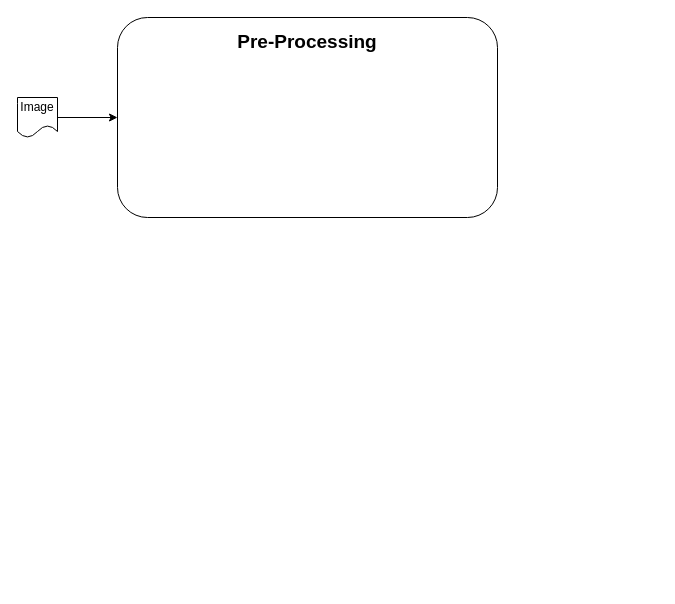
Earlier version of the draw.io diagram Block Diagram Image Detection.drawio (CorpDK/Drawing). Source tidied: cells renumbered, new cells numbered last; positions are measured from the earlier drawing's top-left corner, leaving out a move shared by most shapes. Both pictures are drawn from the tidied source at 100%, with x=0, y=0 at pixel (17, 17).
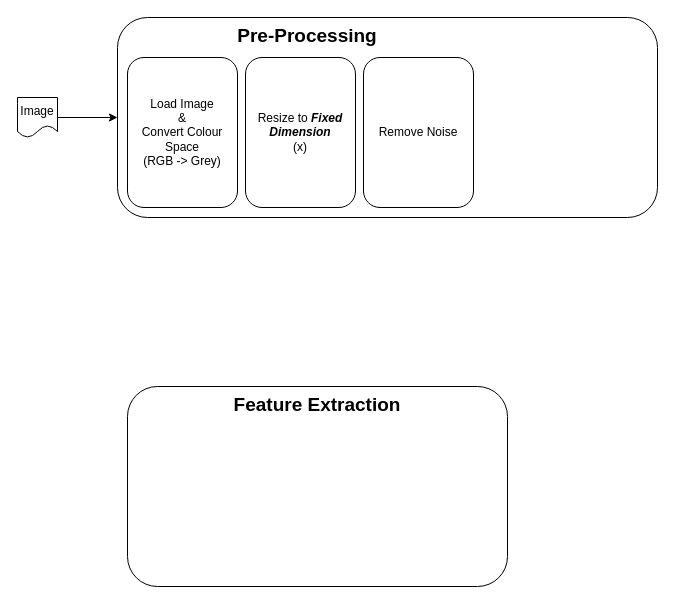
After the change.

Diff of the diagram source:
```diff
@@
 <mxGraphModel>
   <root>
     <mxCell id="0" />
     <mxCell id="1" parent="0" />
     <mxCell id="2" style="rounded=1;whiteSpace=wrap;html=1;" parent="1" vertex="1">
-      <mxGeometry x="100" width="380" height="200" as="geometry" />
+      <mxGeometry x="100" width="540" height="200" as="geometry" />
     </mxCell>
     <mxCell id="3" style="edgeStyle=orthogonalEdgeStyle;rounded=0;jettySize=auto;html=1;" parent="1" edge="1" source="4" target="2">
       <mxGeometry relative="1" as="geometry" />
     </mxCell>
-    <mxCell id="4" style="shape=document;whiteSpace=wrap;html=1;boundedLbl=1;" parent="1" vertex="1">
+    <mxCell id="4" value="Image" style="shape=document;whiteSpace=wrap;html=1;boundedLbl=1;" parent="1" vertex="1">
       <mxGeometry y="80" width="40" height="40" as="geometry" />
     </mxCell>
-    <mxCell id="5" value="Image" style="text;html=1;strokeColor=none;fillColor=none;align=center;verticalAlign=middle;whiteSpace=wrap;rounded=0;" parent="1" vertex="1">
-      <mxGeometry y="80" width="40" height="20" as="geometry" />
-    </mxCell>
     <mxCell id="6" value="&lt;font style=&quot;font-size: 19px&quot;&gt;&lt;b&gt;Pre-Processing&lt;/b&gt;&lt;/font&gt;" style="text;html=1;strokeColor=none;fillColor=none;align=center;verticalAlign=middle;whiteSpace=wrap;rounded=0;" parent="1" vertex="1">
-      <mxGeometry x="100" y="10" width="380" height="30" as="geometry" />
+      <mxGeometry x="100" y="4" width="380" height="30" as="geometry" />
     </mxCell>
+    <mxCell id="7" value="Load Image&lt;br&gt;&amp;amp;&lt;br&gt;Convert Colour Space&lt;br&gt;(RGB -&amp;gt; Grey)" style="rounded=1;whiteSpace=wrap;html=1;" parent="1" vertex="1">
+      <mxGeometry x="110" y="40" width="110" height="150" as="geometry" />
+    </mxCell>
+    <mxCell id="8" value="Resize to &lt;b style=&quot;font-style: italic&quot;&gt;Fixed Dimension&lt;/b&gt;&lt;br&gt;(x)" style="rounded=1;whiteSpace=wrap;html=1;" parent="1" vertex="1">
+      <mxGeometry x="228" y="40" width="110" height="150" as="geometry" />
+    </mxCell>
+    <mxCell id="9" style="rounded=1;whiteSpace=wrap;html=1;" parent="1" vertex="1">
+      <mxGeometry x="110" y="369" width="380" height="200" as="geometry" />
+    </mxCell>
+    <mxCell id="10" value="&lt;font style=&quot;font-size: 19px&quot;&gt;&lt;b&gt;Feature Extraction&lt;/b&gt;&lt;/font&gt;" style="text;html=1;strokeColor=none;fillColor=none;align=center;verticalAlign=middle;whiteSpace=wrap;rounded=0;" parent="1" vertex="1">
+      <mxGeometry x="110" y="373" width="380" height="30" as="geometry" />
+    </mxCell>
+    <mxCell id="11" value="Remove Noise" style="rounded=1;whiteSpace=wrap;html=1;" parent="1" vertex="1">
+      <mxGeometry x="346" y="40" width="110" height="150" as="geometry" />
+    </mxCell>
   </root>
 </mxGraphModel>
```
